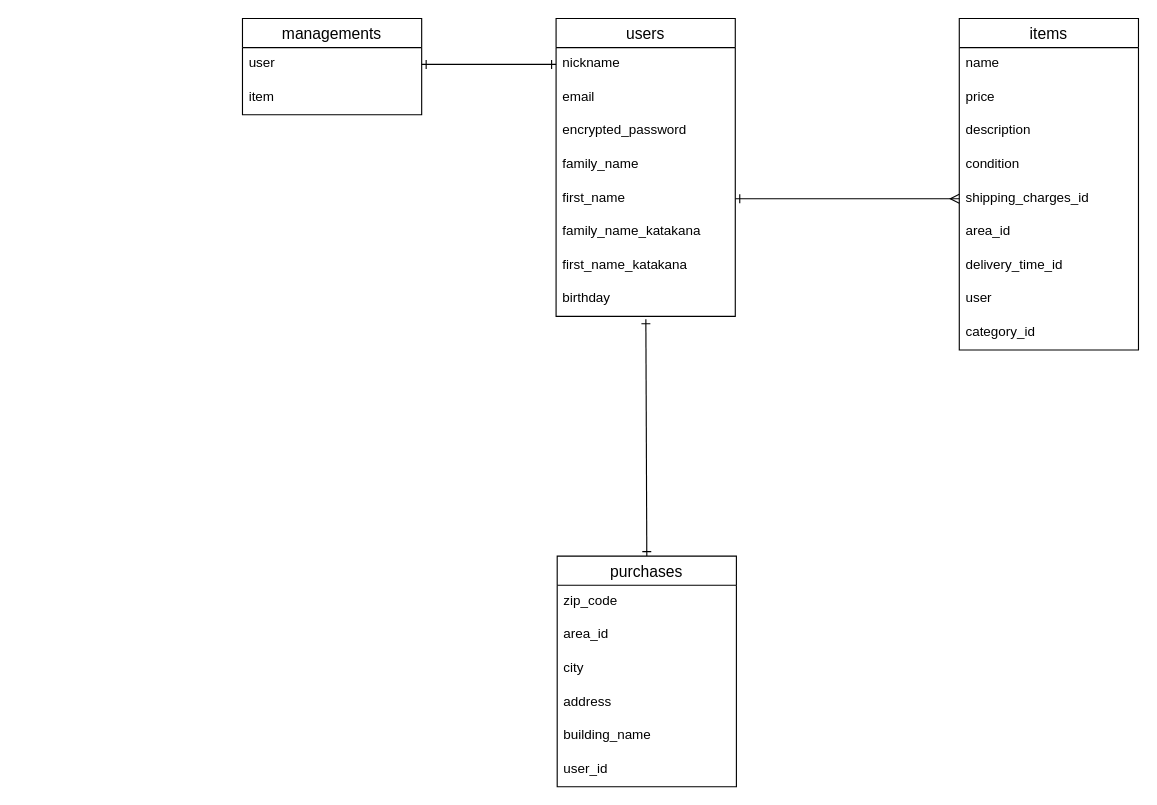
Earlier version of the draw.io diagram furima.dio (knskymsk/furima-39348). Source tidied: cells renumbered, new cells numbered last; positions are measured from the earlier drawing's top-left corner, leaving out a move shared by most shapes. Both pictures are drawn from the tidied source at 112%, with x=0, y=0 at pixel (242, 18).
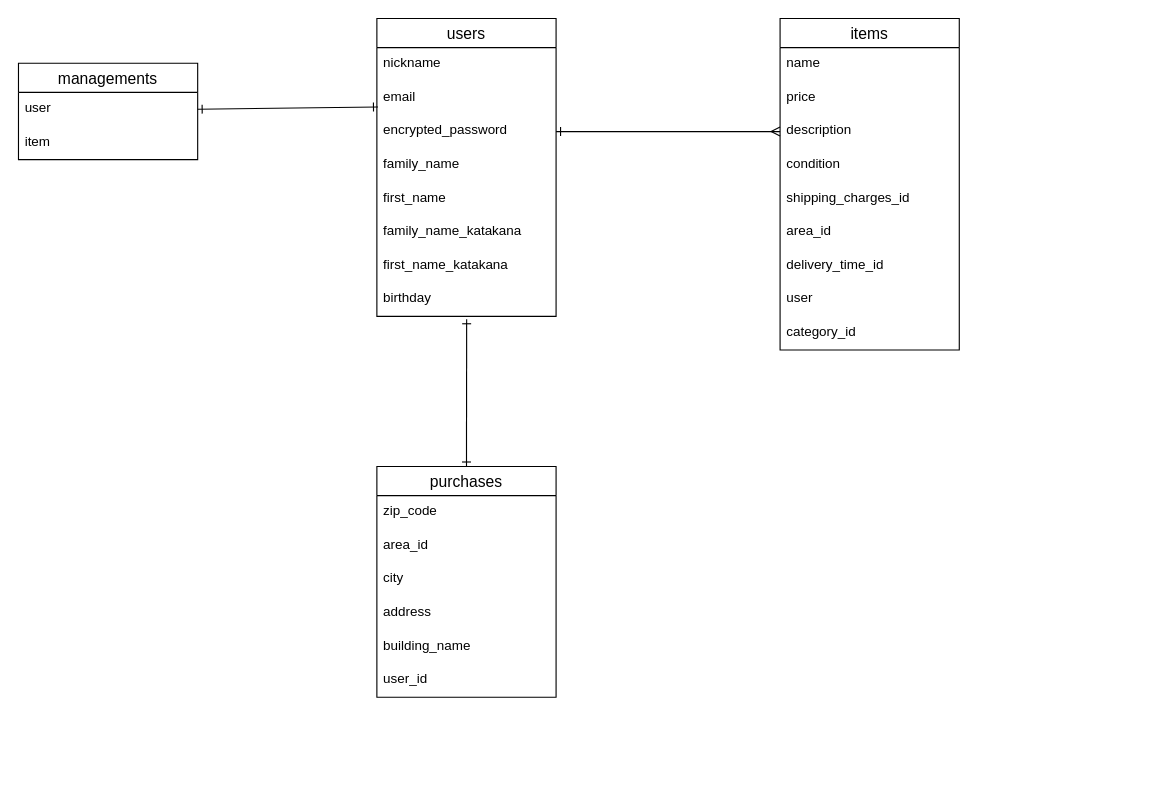
The same diagram, later.

Commit message (it also covers changes not shown here):
アソシエーション追加

Unchanged cells that the change refers to:
```xml
<mxCell id="3" value="nickname" style="text;strokeColor=none;fillColor=none;spacingLeft=4;spacingRight=4;overflow=hidden;points=[[0,0.5],[1,0.5]];portConstraint=eastwest;fontSize=12;" parent="2" vertex="1">
  <mxGeometry y="26" width="160" height="30" as="geometry" />
</mxCell>
<mxCell id="4" value="email" style="text;strokeColor=none;fillColor=none;spacingLeft=4;spacingRight=4;overflow=hidden;points=[[0,0.5],[1,0.5]];portConstraint=eastwest;fontSize=12;" parent="2" vertex="1">
  <mxGeometry y="56" width="160" height="30" as="geometry" />
</mxCell>
<mxCell id="5" value="encrypted_password" style="text;strokeColor=none;fillColor=none;spacingLeft=4;spacingRight=4;overflow=hidden;points=[[0,0.5],[1,0.5]];portConstraint=eastwest;fontSize=12;" parent="2" vertex="1">
  <mxGeometry y="86" width="160" height="30" as="geometry" />
</mxCell>
<mxCell id="7" value="first_name" style="text;strokeColor=none;fillColor=none;spacingLeft=4;spacingRight=4;overflow=hidden;points=[[0,0.5],[1,0.5]];portConstraint=eastwest;fontSize=12;" parent="2" vertex="1">
  <mxGeometry y="146" width="160" height="30" as="geometry" />
</mxCell>
<mxCell id="14" value="description" style="text;strokeColor=none;fillColor=none;spacingLeft=4;spacingRight=4;overflow=hidden;points=[[0,0.5],[1,0.5]];portConstraint=eastwest;fontSize=12;" parent="11" vertex="1">
  <mxGeometry y="86" width="160" height="30" as="geometry" />
</mxCell>
<mxCell id="16" value="shipping_charges_id" style="text;strokeColor=none;fillColor=none;spacingLeft=4;spacingRight=4;overflow=hidden;points=[[0,0.5],[1,0.5]];portConstraint=eastwest;fontSize=12;" parent="11" vertex="1">
  <mxGeometry y="146" width="160" height="30" as="geometry" />
</mxCell>
<mxCell id="31" value="user" style="text;strokeColor=none;fillColor=none;spacingLeft=4;spacingRight=4;overflow=hidden;points=[[0,0.5],[1,0.5]];portConstraint=eastwest;fontSize=12;" parent="30" vertex="1">
  <mxGeometry y="26" width="160" height="30" as="geometry" />
</mxCell>
```

Diff of the diagram source:
```diff
@@
     <mxCell id="2" value="users" style="swimlane;fontStyle=0;horizontal=1;startSize=26;align=center;fontSize=14;" parent="1" vertex="1">
-      <mxGeometry x="280" width="160" height="266" as="geometry" />
+      <mxGeometry x="120" width="160" height="266" as="geometry" />
     </mxCell>
@@
     <mxCell id="11" value="items" style="swimlane;fontStyle=0;horizontal=1;startSize=26;align=center;fontSize=14;" parent="1" vertex="1">
-      <mxGeometry x="640" width="160" height="296" as="geometry" />
+      <mxGeometry x="480" width="160" height="296" as="geometry" />
     </mxCell>
@@
     <mxCell id="21" value="purchases" style="swimlane;fontStyle=0;horizontal=1;startSize=26;align=center;fontSize=14;" parent="1" vertex="1">
-      <mxGeometry x="281" y="480" width="160" height="206" as="geometry" />
+      <mxGeometry x="120" y="400" width="160" height="206" as="geometry" />
     </mxCell>
@@
-    <mxCell id="28" style="edgeStyle=entityRelationEdgeStyle;fontSize=12;html=1;endArrow=ERmany;startArrow=ERone;entryX=0;entryY=0.5;entryDx=0;entryDy=0;exitX=1;exitY=0.5;exitDx=0;exitDy=0;startFill=0;endFill=0;" parent="1" edge="1" source="7" target="16">
-      <mxGeometry relative="1" as="geometry" />
-    </mxCell>
@@
     <mxCell id="30" value="managements" style="swimlane;fontStyle=0;horizontal=1;startSize=26;align=center;fontSize=14;" parent="1" vertex="1">
-      <mxGeometry width="160" height="86" as="geometry" />
+      <mxGeometry x="-200" y="40" width="160" height="86" as="geometry" />
     </mxCell>
@@
-    <mxCell id="33" style="fontSize=12;html=1;endArrow=ERone;startArrow=ERone;startFill=0;endFill=0;exitX=0;exitY=0.5;exitDx=0;exitDy=0;entryX=1;entryY=0.5;entryDx=0;entryDy=0;" parent="1" edge="1" source="3" target="31">
-      <mxGeometry relative="1" as="geometry" />
-    </mxCell>
+    <mxCell id="34" style="fontSize=12;html=1;endArrow=ERone;endFill=1;startArrow=ERone;startFill=0;exitX=1;exitY=0.5;exitDx=0;exitDy=0;entryX=0.006;entryY=0.767;entryDx=0;entryDy=0;entryPerimeter=0;" parent="1" edge="1" source="31" target="4">
+      <mxGeometry relative="1" as="geometry" />
+    </mxCell>
+    <mxCell id="35" style="fontSize=12;html=1;endArrow=ERmany;endFill=0;startArrow=ERone;startFill=0;entryX=0;entryY=0.5;entryDx=0;entryDy=0;exitX=1;exitY=0.5;exitDx=0;exitDy=0;" parent="1" edge="1" source="5" target="14">
+      <mxGeometry relative="1" as="geometry" />
+    </mxCell>
```
